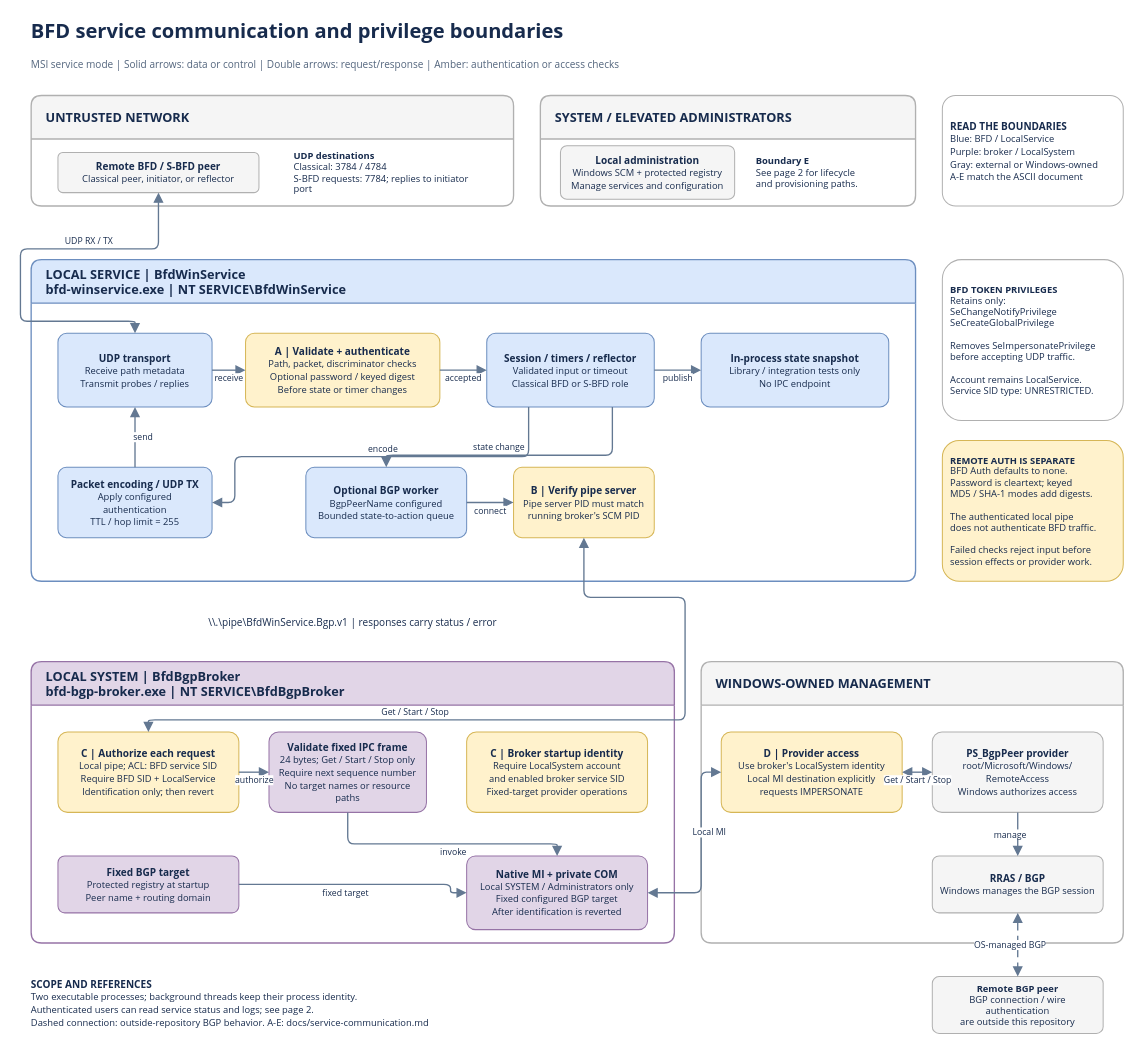
This is page "1 - Runtime and security" (1 of 2) of docs/service-communication.drawio from miketheitguy/bfd-winservice, a draw.io file, before an edit. Source tidied: cells renumbered, new cells numbered last; positions are measured from the earlier drawing's top-left corner, leaving out a move shared by most shapes. Both pictures are drawn from the tidied source at 67%, with x=0, y=0 at pixel (20, 11).
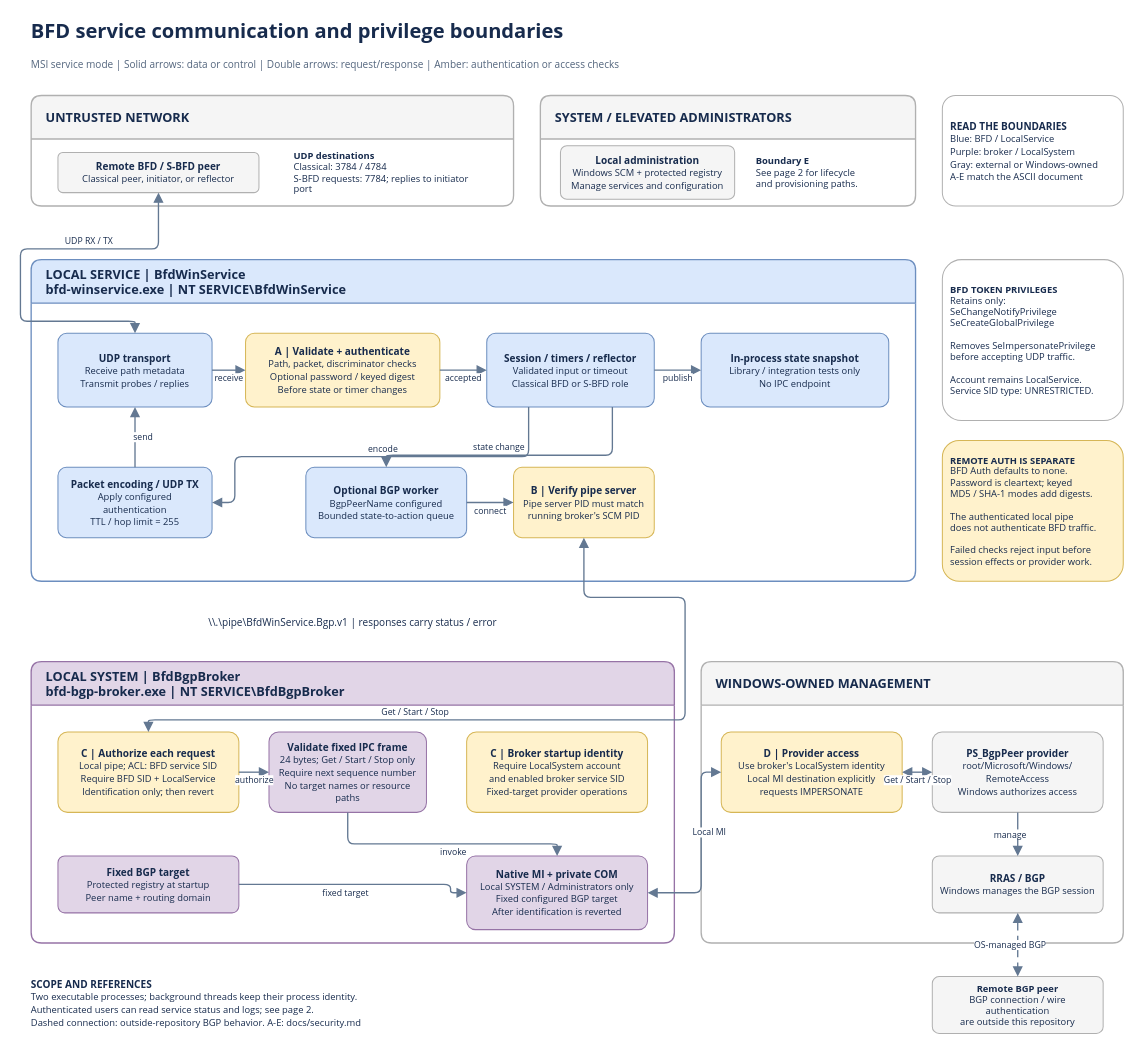
Above is the later version.

Commit message (it also covers changes not shown here):
Document authentication boundaries and build security

Diff of the diagram source:
```diff
@@
-    <mxCell id="49" value="&lt;b&gt;SCOPE AND REFERENCES&lt;/b&gt;&lt;br&gt;&lt;span style=&quot;font-size:14px;&quot;&gt;Two executable processes; background threads keep their process identity.&lt;br&gt;Authenticated users can read service status and logs; see page 2.&lt;br&gt;Dashed connection: outside-repository BGP behavior. A-E: docs/service-communication.md&lt;/span&gt;" style="text;strokeColor=none;fillColor=none;align=left;verticalAlign=middle;html=1;whiteSpace=wrap;fontFamily=Segoe UI;fontSize=15;fontColor=#172B4D;spacing=12;fontSize=15;spacing=0;align=left;" parent="1" vertex="1">
+    <mxCell id="49" value="&lt;b&gt;SCOPE AND REFERENCES&lt;/b&gt;&lt;br&gt;&lt;span style=&quot;font-size:14px;&quot;&gt;Two executable processes; background threads keep their process identity.&lt;br&gt;Authenticated users can read service status and logs; see page 2.&lt;br&gt;Dashed connection: outside-repository BGP behavior. A-E: docs/security.md&lt;/span&gt;" style="text;strokeColor=none;fillColor=none;align=left;verticalAlign=middle;html=1;whiteSpace=wrap;fontFamily=Segoe UI;fontSize=15;fontColor=#172B4D;spacing=12;fontSize=15;spacing=0;align=left;" parent="1" vertex="1">
       <mxGeometry x="16" y="1430" width="1240" height="100" as="geometry" />
     </mxCell>
```
